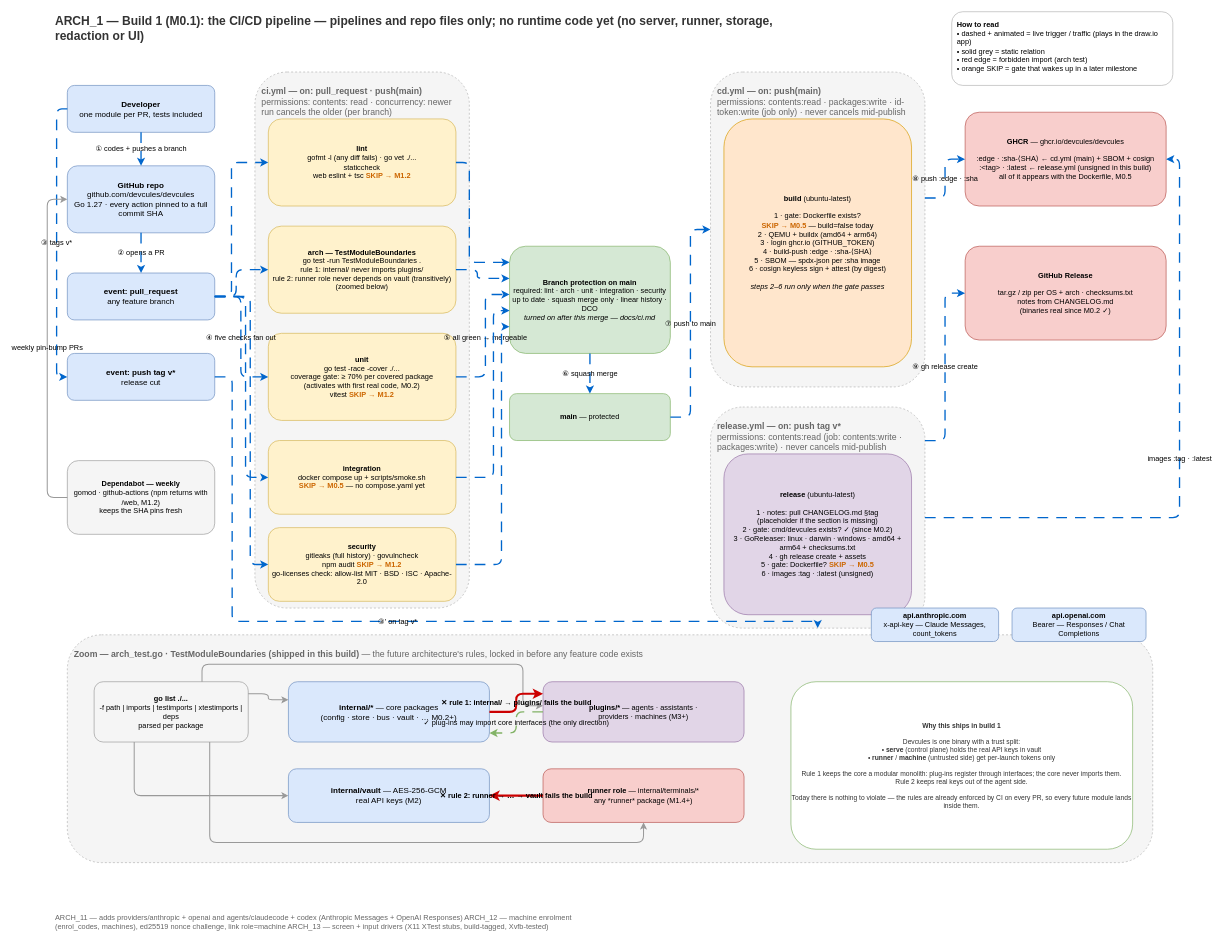
This is page "Arch_1" (1 of 18) of docs/diagrams/devcules-architecture.drawio from devcules/devcules, a draw.io file, before an edit. Source tidied: cells renumbered, new cells numbered last; positions are measured from the earlier drawing's top-left corner, leaving out a move shared by most shapes. Both pictures are drawn from the tidied source at 67%, with x=0, y=0 at pixel (47, 11).
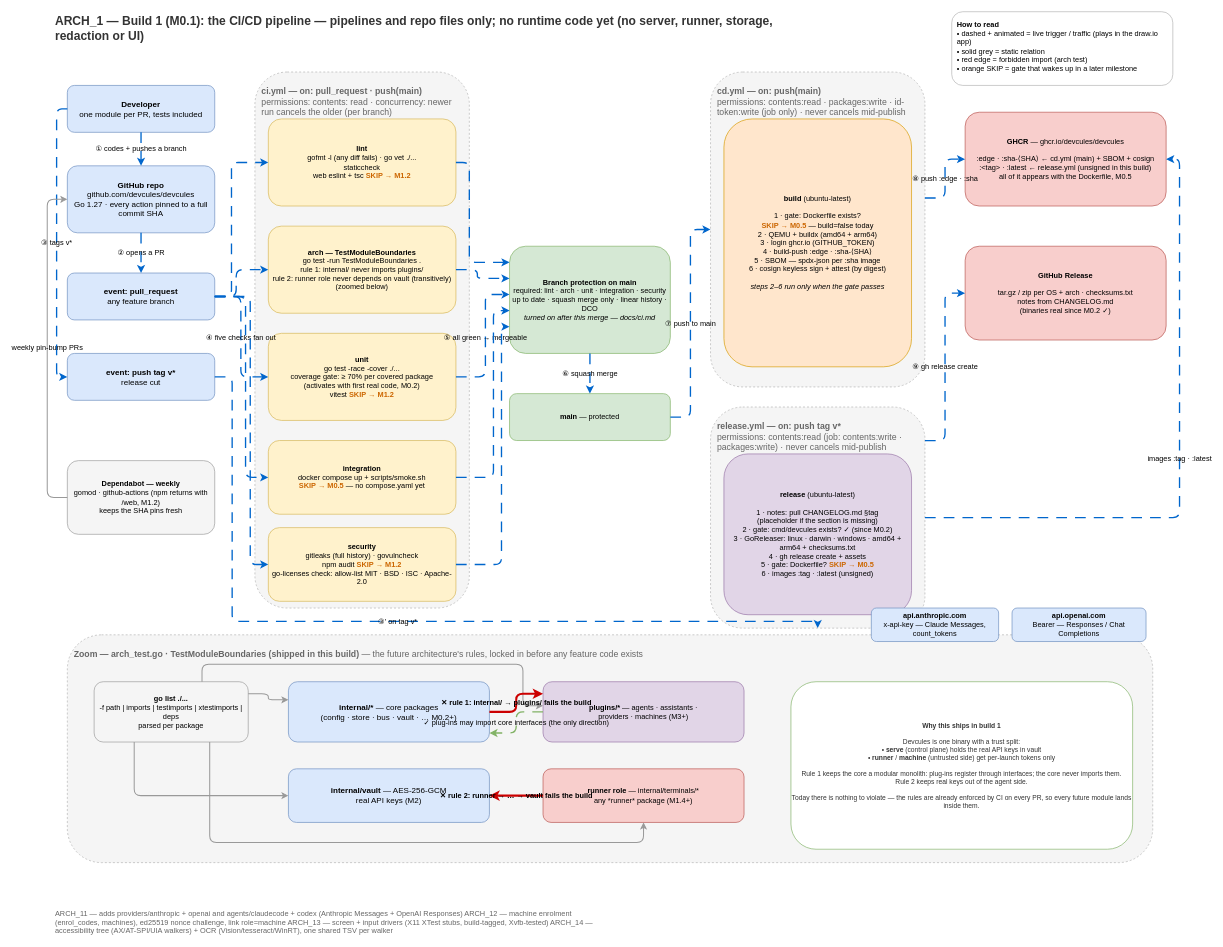
Above is the later version.

The edit, as a diff of the source:
```diff
@@
-    <mxCell id="59" value="ARCH_11 — adds providers/anthropic + openai and agents/claudecode + codex (Anthropic Messages + OpenAI Responses) ARCH_12 — machine enrolment (enrol_codes, machines), ed25519 nonce challenge, link role=machine ARCH_13 — screen + input drivers (X11 XTest stubs, build-tagged, Xvfb-tested)" style="text;html=1;strokeColor=none;fillColor=none;align=left;verticalAlign=middle;whiteSpace=wrap;fontSize=11;fontColor=#666666;" parent="1" vertex="1">
+    <mxCell id="59" value="ARCH_11 — adds providers/anthropic + openai and agents/claudecode + codex (Anthropic Messages + OpenAI Responses) ARCH_12 — machine enrolment (enrol_codes, machines), ed25519 nonce challenge, link role=machine ARCH_13 — screen + input drivers (X11 XTest stubs, build-tagged, Xvfb-tested) ARCH_14 — accessibility tree (AX/AT-SPI/UIA walkers) + OCR (Vision/tesseract/WinRT), one shared TSV per walker" style="text;html=1;strokeColor=none;fillColor=none;align=left;verticalAlign=middle;whiteSpace=wrap;fontSize=11;fontColor=#666666;" parent="1" vertex="1">
       <mxGeometry x="10" y="1350" width="820" height="18" as="geometry" />
     </mxCell>
```
